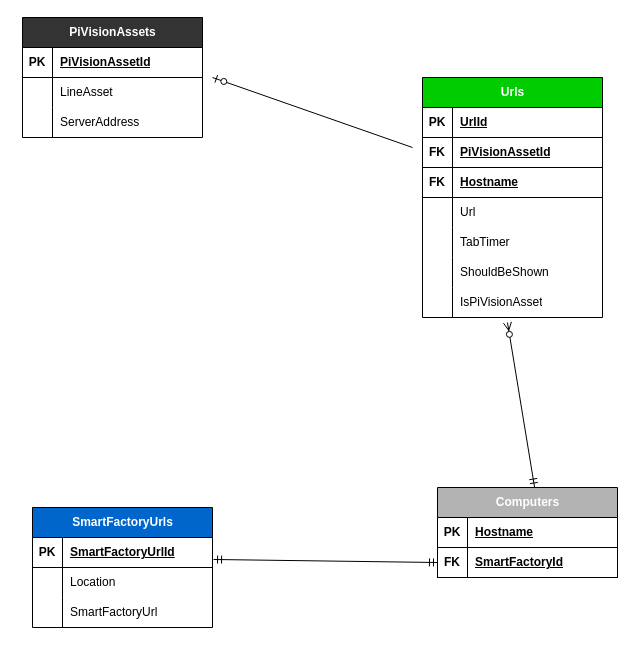
This is ads_tables.drawio from josephkligel/diagrams, a draw.io file, before an edit. Source tidied: cells renumbered, new cells numbered last; positions are measured from the earlier drawing's top-left corner, leaving out a move shared by most shapes. Both pictures are drawn from the tidied source at 100%, with x=0, y=0 at pixel (22, 17).
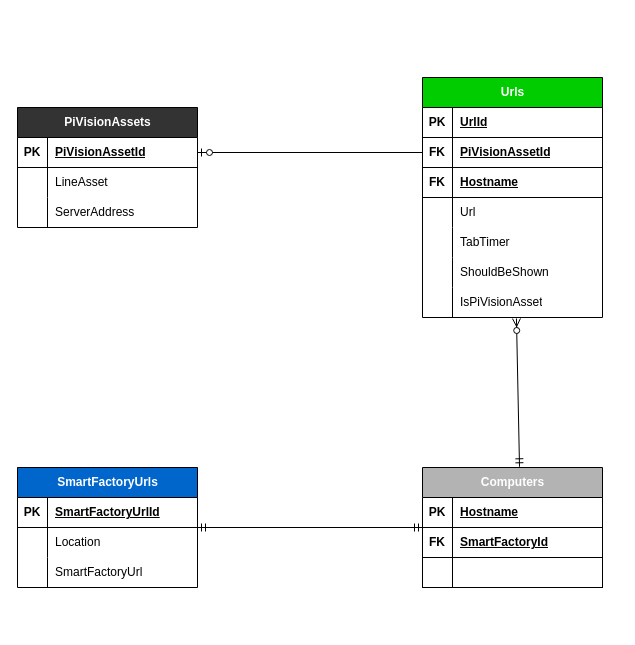
Above is the later version.

Unchanged cells that the change refers to:
```xml
<mxCell id="3" style="shape=tableRow;horizontal=0;startSize=0;swimlaneHead=0;swimlaneBody=0;fillColor=none;points=[[0,0.5],[1,0.5]];portConstraint=eastwest;top=0;left=0;right=0;bottom=1;" parent="2" vertex="1">
  <mxGeometry y="30" width="180" height="30" as="geometry" />
</mxCell>
<mxCell id="16" style="shape=tableRow;horizontal=0;startSize=0;swimlaneHead=0;swimlaneBody=0;fillColor=none;points=[[0,0.5],[1,0.5]];portConstraint=eastwest;top=0;left=0;right=0;bottom=1;" parent="12" vertex="1">
  <mxGeometry y="60" width="180" height="30" as="geometry" />
</mxCell>
<mxCell id="31" style="shape=tableRow;horizontal=0;startSize=0;swimlaneHead=0;swimlaneBody=0;fillColor=none;points=[[0,0.5],[1,0.5]];portConstraint=eastwest;top=0;left=0;right=0;bottom=0;" parent="12" vertex="1">
  <mxGeometry y="210" width="180" height="30" as="geometry" />
</mxCell>
<mxCell id="35" style="shape=tableRow;horizontal=0;startSize=0;swimlaneHead=0;swimlaneBody=0;fillColor=none;points=[[0,0.5],[1,0.5]];portConstraint=eastwest;top=0;left=0;right=0;bottom=1;" parent="34" vertex="1">
  <mxGeometry y="30" width="180" height="30" as="geometry" />
</mxCell>
<mxCell id="48" style="shape=tableRow;horizontal=0;startSize=0;swimlaneHead=0;swimlaneBody=0;fillColor=none;points=[[0,0.5],[1,0.5]];portConstraint=eastwest;top=0;left=0;right=0;bottom=1;" parent="44" vertex="1">
  <mxGeometry y="60" width="180" height="30" as="geometry" />
</mxCell>
```

What changed in the source:
```diff
@@
     <mxCell id="2" value="&lt;font style=&quot;color: rgb(255, 255, 255);&quot;&gt;SmartF&lt;/font&gt;&lt;span style=&quot;color: light-dark(rgb(255, 255, 255), rgb(18, 18, 18)); background-color: transparent;&quot;&gt;actoryUrls&lt;/span&gt;" style="shape=table;startSize=30;childLayout=tableLayout;rowLines=0;fontStyle=1;align=center;html=1;fillColor=#0066CC;" parent="1" vertex="1">
-      <mxGeometry x="10" y="490" width="180" height="120" as="geometry" />
+      <mxGeometry x="-5" y="450" width="180" height="120" as="geometry" />
     </mxCell>
@@
     <mxCell id="34" value="&lt;font style=&quot;color: rgb(255, 255, 255);&quot;&gt;PiVisionAssets&lt;/font&gt;" style="shape=table;startSize=30;childLayout=tableLayout;rowLines=0;fontStyle=1;align=center;html=1;fillColor=#333333;" parent="1" vertex="1">
-      <mxGeometry width="180" height="120" as="geometry" />
+      <mxGeometry x="-5" y="90" width="180" height="120" as="geometry" />
     </mxCell>
@@
     <mxCell id="44" value="&lt;font style=&quot;color: rgb(255, 255, 255);&quot;&gt;Computers&lt;/font&gt;" style="shape=table;startSize=30;childLayout=tableLayout;rowLines=0;fontStyle=1;align=center;html=1;fillColor=#B3B3B3;" parent="1" vertex="1">
-      <mxGeometry x="415" y="470" width="180" height="90" as="geometry" />
+      <mxGeometry x="400" y="450" width="180" height="120" as="geometry" />
     </mxCell>
@@
+    <mxCell id="54" style="shape=tableRow;horizontal=0;startSize=0;swimlaneHead=0;swimlaneBody=0;fillColor=none;top=0;left=0;right=0;bottom=1;" parent="44" vertex="1">
+      <mxGeometry y="90" width="180" height="30" as="geometry" />
+    </mxCell>
+    <mxCell id="55" style="shape=partialRectangle;fillColor=none;top=0;left=0;bottom=0;right=0;fontStyle=0;overflow=hidden;whiteSpace=wrap;html=1;" parent="54" vertex="1">
+      <mxGeometry width="30" height="30" as="geometry" />
+    </mxCell>
+    <mxCell id="56" style="shape=partialRectangle;fillColor=none;top=0;left=0;bottom=0;right=0;align=left;spacingLeft=6;fontStyle=5;overflow=hidden;whiteSpace=wrap;html=1;" parent="54" vertex="1">
+      <mxGeometry x="30" width="150" height="30" as="geometry" />
+    </mxCell>
-    <mxCell id="51" style="fontSize=12;html=1;endArrow=ERzeroToMany;startArrow=ERmandOne;rounded=0;entryX=0.472;entryY=1.167;entryDx=0;entryDy=0;entryPerimeter=0;exitX=0.539;exitY=-0.006;exitDx=0;exitDy=0;exitPerimeter=0;" parent="1" edge="1" source="44" target="31">
+    <mxCell id="51" style="fontSize=12;html=1;endArrow=ERzeroToMany;startArrow=ERmandOne;rounded=0;entryX=0.522;entryY=1.033;entryDx=0;entryDy=0;entryPerimeter=0;exitX=0.539;exitY=-0.006;exitDx=0;exitDy=0;exitPerimeter=0;" parent="1" edge="1" source="44" target="31">
       <mxGeometry relative="1" as="geometry" />
     </mxCell>
-    <mxCell id="52" style="fontSize=12;html=1;endArrow=ERmandOne;startArrow=ERmandOne;rounded=0;entryX=0;entryY=0.5;entryDx=0;entryDy=0;exitX=1.006;exitY=0.733;exitDx=0;exitDy=0;exitPerimeter=0;" parent="1" edge="1" source="3" target="48">
-      <mxGeometry relative="1" as="geometry" />
+    <mxCell id="52" style="fontSize=12;html=1;endArrow=ERmandOne;startArrow=ERmandOne;rounded=0;exitX=1.006;exitY=0.733;exitDx=0;exitDy=0;exitPerimeter=0;" parent="1" edge="1">
+      <mxGeometry relative="1" as="geometry">
+        <mxPoint x="175" y="510" as="sourcePoint" />
+        <mxPoint x="400" y="510" as="targetPoint" />
+      </mxGeometry>
     </mxCell>
-    <mxCell id="53" style="fontSize=12;html=1;endArrow=ERzeroToOne;endFill=1;rounded=0;" parent="1" edge="1">
-      <mxGeometry relative="1" as="geometry">
-        <mxPoint x="390" y="130" as="sourcePoint" />
-        <mxPoint x="190" y="60" as="targetPoint" />
-      </mxGeometry>
+    <mxCell id="53" style="fontSize=12;html=1;endArrow=ERzeroToOne;endFill=1;rounded=0;entryX=1;entryY=0.5;entryDx=0;entryDy=0;exitX=0;exitY=0.5;exitDx=0;exitDy=0;" parent="1" edge="1" source="16" target="35">
+      <mxGeometry relative="1" as="geometry" />
     </mxCell>
```
